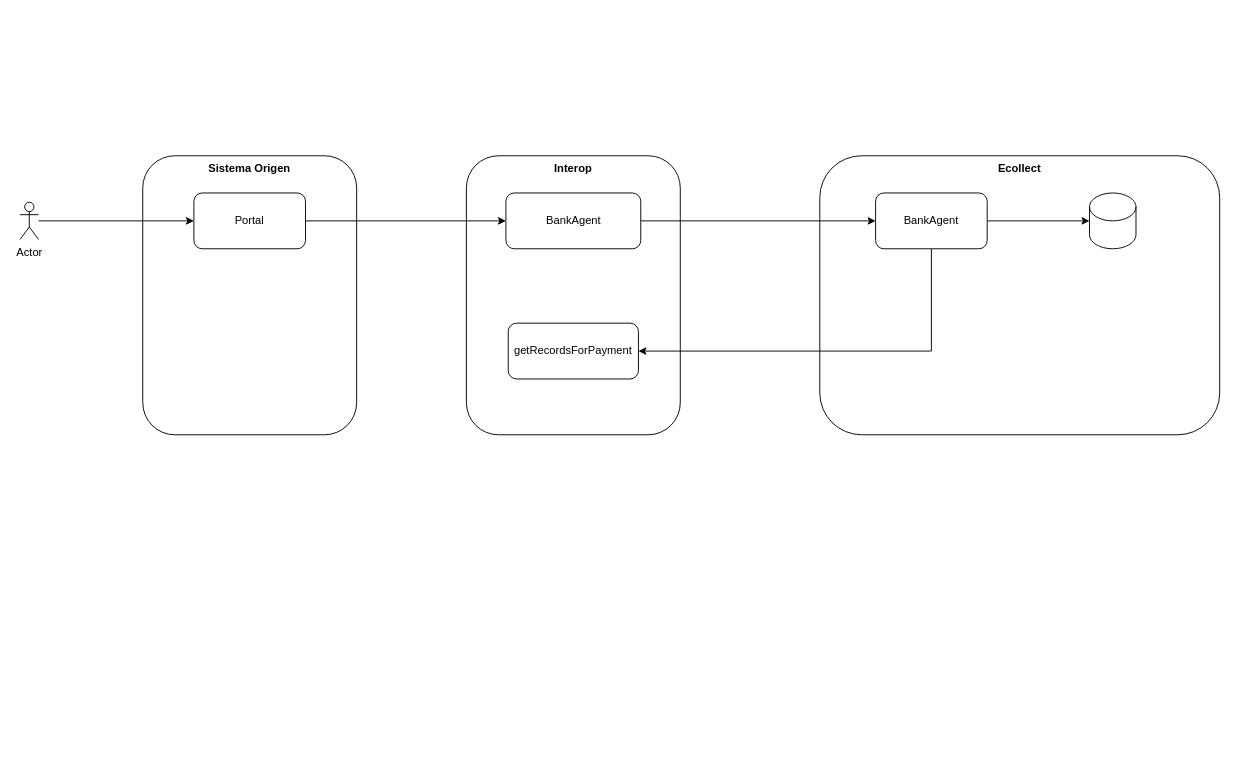
The draw.io diagram BankAgent.drawio in carlosvalderrama1204/diagrams, before the edit. Source tidied: cells renumbered, new cells numbered last; positions are measured from the earlier drawing's top-left corner, leaving out a move shared by most shapes. Both pictures are drawn from the tidied source at 93%, with x=0, y=0 at pixel (20, 155).
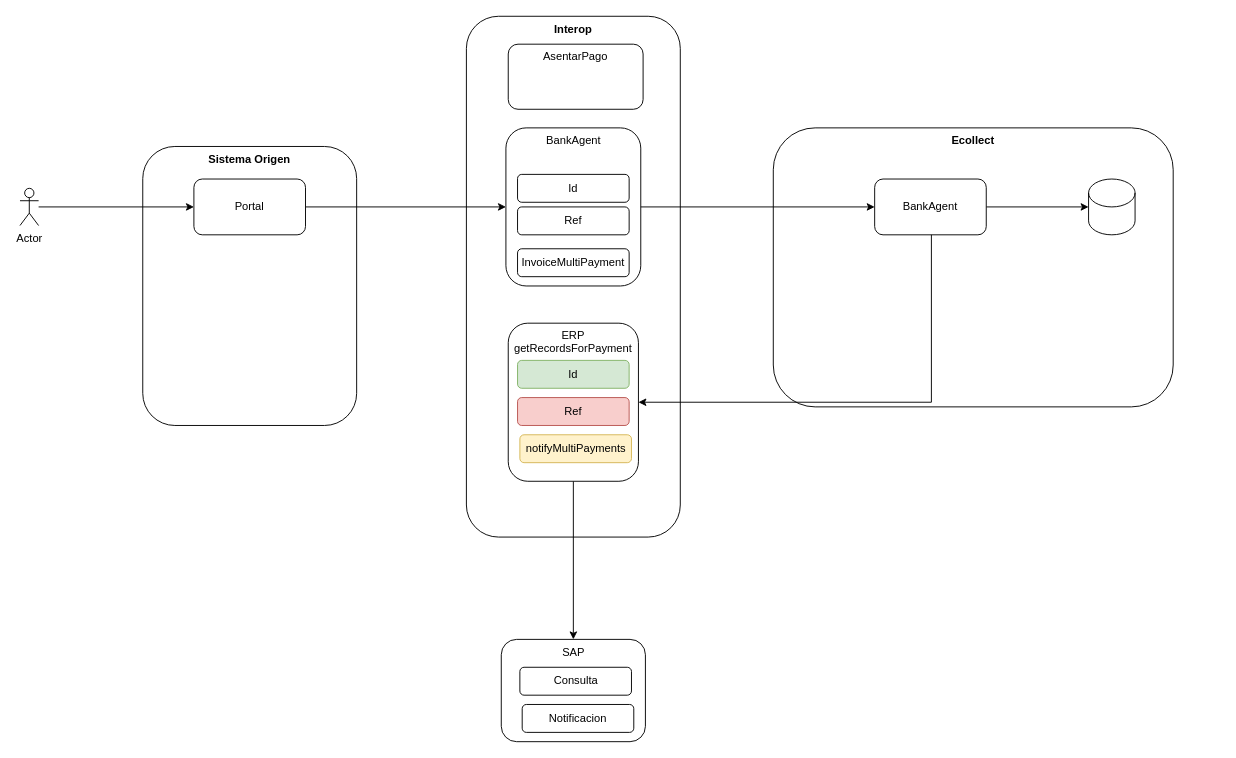
The same page after the edit.

The edit, as a diff of the source:
```diff
@@
     <mxCell id="2" value="Interop" style="rounded=1;whiteSpace=wrap;html=1;verticalAlign=top;fontStyle=1;" parent="1" vertex="1">
-      <mxGeometry x="480" width="230" height="300" as="geometry" />
+      <mxGeometry x="480" y="-150" width="230" height="560" as="geometry" />
     </mxCell>
-    <mxCell id="3" value="BankAgent" style="rounded=1;whiteSpace=wrap;html=1;" parent="1" vertex="1">
-      <mxGeometry x="522.5" y="40" width="145" height="60" as="geometry" />
+    <mxCell id="3" value="BankAgent" style="rounded=1;whiteSpace=wrap;html=1;verticalAlign=top;" parent="1" vertex="1">
+      <mxGeometry x="522.5" y="-30" width="145" height="170" as="geometry" />
     </mxCell>
     <mxCell id="4" value="Ecollect" style="rounded=1;whiteSpace=wrap;html=1;verticalAlign=top;fontStyle=1;" parent="1" vertex="1">
-      <mxGeometry x="860" width="430" height="300" as="geometry" />
+      <mxGeometry x="810" y="-30" width="430" height="300" as="geometry" />
     </mxCell>
-    <mxCell id="5" style="edgeStyle=orthogonalEdgeStyle;rounded=0;jettySize=auto;html=1;entryX=1;entryY=0.5;entryDx=0;entryDy=0;" parent="1" edge="1" source="7" target="8">
-      <mxGeometry relative="1" as="geometry">
-        <Array as="points">
-          <mxPoint x="980" y="210" />
-        </Array>
-      </mxGeometry>
-    </mxCell>
@@
     <mxCell id="7" value="BankAgent" style="rounded=1;whiteSpace=wrap;html=1;" parent="1" vertex="1">
-      <mxGeometry x="920" y="40" width="120" height="60" as="geometry" />
+      <mxGeometry x="919" y="25" width="120" height="60" as="geometry" />
     </mxCell>
+    <mxCell id="16" style="edgeStyle=orthogonalEdgeStyle;rounded=0;jettySize=auto;html=1;" parent="1" edge="1" source="8" target="17">
+      <mxGeometry relative="1" as="geometry" />
+    </mxCell>
-    <mxCell id="8" value="getRecordsForPayment" style="rounded=1;whiteSpace=wrap;html=1;" parent="1" vertex="1">
-      <mxGeometry x="525" y="180" width="140" height="60" as="geometry" />
+    <mxCell id="8" value="ERP getRecordsForPayment" style="rounded=1;whiteSpace=wrap;html=1;verticalAlign=top;" parent="1" vertex="1">
+      <mxGeometry x="525" y="180" width="140" height="170" as="geometry" />
     </mxCell>
@@
     <mxCell id="10" style="shape=cylinder3;whiteSpace=wrap;html=1;boundedLbl=1;backgroundOutline=1;size=15;" parent="1" vertex="1">
-      <mxGeometry x="1150" y="40" width="50" height="60" as="geometry" />
+      <mxGeometry x="1149" y="25" width="50" height="60" as="geometry" />
     </mxCell>
     <mxCell id="11" value="Sistema Origen" style="rounded=1;whiteSpace=wrap;html=1;verticalAlign=top;fontStyle=1;" parent="1" vertex="1">
-      <mxGeometry x="132" width="230" height="300" as="geometry" />
+      <mxGeometry x="132" y="-10" width="230" height="300" as="geometry" />
     </mxCell>
@@
     <mxCell id="13" value="Portal" style="rounded=1;whiteSpace=wrap;html=1;" parent="1" vertex="1">
-      <mxGeometry x="187" y="40" width="120" height="60" as="geometry" />
+      <mxGeometry x="187" y="25" width="120" height="60" as="geometry" />
     </mxCell>
@@
     <mxCell id="15" value="Actor" style="shape=umlActor;verticalLabelPosition=bottom;verticalAlign=top;html=1;outlineConnect=0;" parent="1" vertex="1">
-      <mxGeometry y="50" width="20" height="40" as="geometry" />
+      <mxGeometry y="35" width="20" height="40" as="geometry" />
     </mxCell>
+    <mxCell id="17" value="SAP" style="whiteSpace=wrap;html=1;rounded=1;verticalAlign=top;" parent="1" vertex="1">
+      <mxGeometry x="517.5" y="520" width="155" height="110" as="geometry" />
+    </mxCell>
+    <mxCell id="18" value="Id" style="rounded=1;whiteSpace=wrap;html=1;fillColor=#d5e8d4;strokeColor=#82b366;" parent="1" vertex="1">
+      <mxGeometry x="535" y="220" width="120" height="30" as="geometry" />
+    </mxCell>
+    <mxCell id="19" value="Ref" style="rounded=1;whiteSpace=wrap;html=1;fillColor=#f8cecc;strokeColor=#b85450;" parent="1" vertex="1">
+      <mxGeometry x="535" y="260" width="120" height="30" as="geometry" />
+    </mxCell>
+    <mxCell id="20" value="Id" style="rounded=1;whiteSpace=wrap;html=1;" parent="1" vertex="1">
+      <mxGeometry x="535" y="20" width="120" height="30" as="geometry" />
+    </mxCell>
+    <mxCell id="21" value="Ref" style="rounded=1;whiteSpace=wrap;html=1;" parent="1" vertex="1">
+      <mxGeometry x="535" y="55" width="120" height="30" as="geometry" />
+    </mxCell>
+    <mxCell id="22" value="InvoiceMultiPayment" style="rounded=1;whiteSpace=wrap;html=1;" parent="1" vertex="1">
+      <mxGeometry x="535" y="100" width="120" height="30" as="geometry" />
+    </mxCell>
+    <mxCell id="23" value="AsentarPago" style="rounded=1;whiteSpace=wrap;html=1;verticalAlign=top;" parent="1" vertex="1">
+      <mxGeometry x="525" y="-120" width="145" height="70" as="geometry" />
+    </mxCell>
+    <mxCell id="24" value="Consulta" style="rounded=1;whiteSpace=wrap;html=1;" parent="1" vertex="1">
+      <mxGeometry x="537.5" y="550" width="120" height="30" as="geometry" />
+    </mxCell>
+    <mxCell id="25" value="Notificacion" style="rounded=1;whiteSpace=wrap;html=1;" parent="1" vertex="1">
+      <mxGeometry x="540" y="590" width="120" height="30" as="geometry" />
+    </mxCell>
+    <mxCell id="26" value="notifyMultiPayments" style="rounded=1;whiteSpace=wrap;html=1;fillColor=#fff2cc;strokeColor=#d6b656;" parent="1" vertex="1">
+      <mxGeometry x="537.5" y="300" width="120" height="30" as="geometry" />
+    </mxCell>
+    <mxCell id="5" style="edgeStyle=orthogonalEdgeStyle;rounded=0;jettySize=auto;html=1;entryX=1;entryY=0.5;entryDx=0;entryDy=0;" parent="1" edge="1" source="7" target="8">
+      <mxGeometry relative="1" as="geometry">
+        <Array as="points">
+          <mxPoint x="980" y="265" />
+        </Array>
+      </mxGeometry>
+    </mxCell>
```
